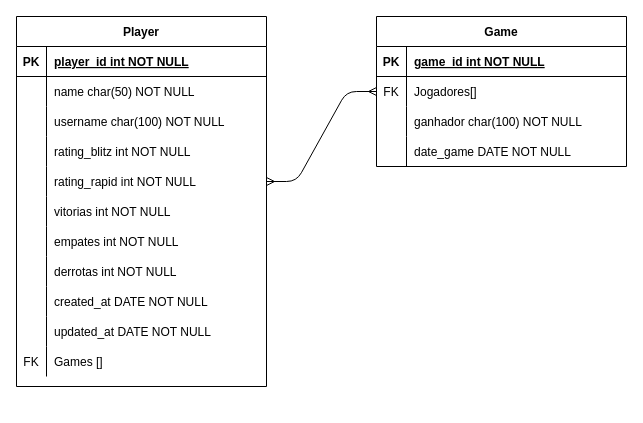
Earlier version of the draw.io diagram streetchessrecife.drawio (adrielldev/streetchessrecife-nest-ts). Source tidied: cells renumbered, new cells numbered last; positions are measured from the earlier drawing's top-left corner, leaving out a move shared by most shapes. Both pictures are drawn from the tidied source at 100%, with x=0, y=0 at pixel (16, 16).
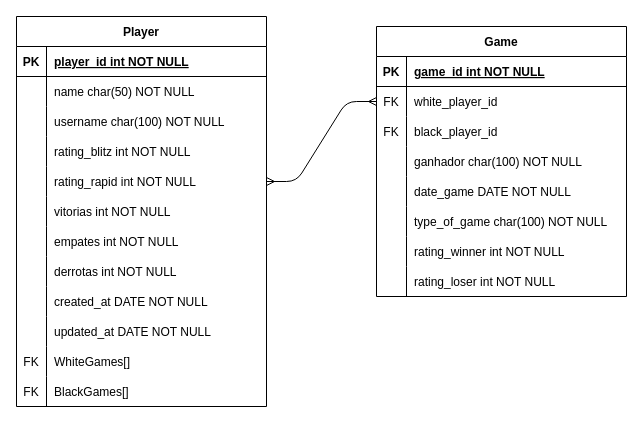
After the change.

Commit message (it also covers changes not shown here):
fix-dre-and-schemas

The change refers to these unchanged cells:
```xml
<mxCell id="33" style="shape=partialRectangle;fillColor=none;top=0;left=0;right=0;bottom=0;" parent="2" vertex="1">
  <mxGeometry y="330" width="250" height="30" as="geometry" />
</mxCell>
<mxCell id="40" style="shape=partialRectangle;fillColor=none;points=[[0,0.5],[1,0.5]];portConstraint=eastwest;top=0;left=0;right=0;bottom=0;" parent="36" vertex="1">
  <mxGeometry y="60" width="250" height="30" as="geometry" />
</mxCell>
```

Diff of the diagram source:
```diff
@@
     <mxCell id="2" value="Player" style="shape=table;startSize=30;childLayout=tableLayout;rowLines=0;fontStyle=1;align=center;" parent="1" vertex="1">
-      <mxGeometry width="250" height="370" as="geometry" />
+      <mxGeometry width="250" height="390" as="geometry" />
     </mxCell>
@@
-    <mxCell id="35" value="Games []" style="shape=partialRectangle;overflow=hidden;fillColor=none;top=0;left=0;bottom=0;right=0;align=left;spacingLeft=6;" parent="33" vertex="1">
+    <mxCell id="35" value="WhiteGames[]" style="shape=partialRectangle;overflow=hidden;fillColor=none;top=0;left=0;bottom=0;right=0;align=left;spacingLeft=6;" parent="33" vertex="1">
       <mxGeometry x="30" width="220" height="30" as="geometry" />
     </mxCell>
+    <mxCell id="50" style="shape=partialRectangle;fillColor=none;top=0;left=0;right=0;bottom=0;" parent="2" vertex="1">
+      <mxGeometry y="360" width="250" height="30" as="geometry" />
+    </mxCell>
+    <mxCell id="51" value="FK" style="shape=partialRectangle;overflow=hidden;fillColor=none;top=0;left=0;bottom=0;right=0;" parent="50" vertex="1">
+      <mxGeometry width="30" height="30" as="geometry" />
+    </mxCell>
+    <mxCell id="52" value="BlackGames[]" style="shape=partialRectangle;overflow=hidden;fillColor=none;top=0;left=0;bottom=0;right=0;align=left;spacingLeft=6;" parent="50" vertex="1">
+      <mxGeometry x="30" width="220" height="30" as="geometry" />
+    </mxCell>
     <mxCell id="36" value="Game" style="shape=table;startSize=30;childLayout=tableLayout;rowLines=0;fontStyle=1;align=center;" parent="1" vertex="1">
-      <mxGeometry x="360" width="250" height="150" as="geometry" />
+      <mxGeometry x="360" y="10" width="250" height="270" as="geometry" />
     </mxCell>
@@
-    <mxCell id="42" value="Jogadores[]" style="shape=partialRectangle;overflow=hidden;fillColor=none;top=0;left=0;bottom=0;right=0;align=left;spacingLeft=6;" parent="40" vertex="1">
+    <mxCell id="42" value="white_player_id" style="shape=partialRectangle;overflow=hidden;fillColor=none;top=0;left=0;bottom=0;right=0;align=left;spacingLeft=6;" parent="40" vertex="1">
       <mxGeometry x="30" width="220" height="30" as="geometry" />
     </mxCell>
+    <mxCell id="53" style="shape=partialRectangle;fillColor=none;top=0;left=0;right=0;bottom=0;" parent="36" vertex="1">
+      <mxGeometry y="90" width="250" height="30" as="geometry" />
+    </mxCell>
+    <mxCell id="54" value="FK" style="shape=partialRectangle;overflow=hidden;fillColor=none;top=0;left=0;bottom=0;right=0;" parent="53" vertex="1">
+      <mxGeometry width="30" height="30" as="geometry" />
+    </mxCell>
+    <mxCell id="55" value="black_player_id" style="shape=partialRectangle;overflow=hidden;fillColor=none;top=0;left=0;bottom=0;right=0;align=left;spacingLeft=6;" parent="53" vertex="1">
+      <mxGeometry x="30" width="220" height="30" as="geometry" />
+    </mxCell>
     <mxCell id="43" style="shape=partialRectangle;fillColor=none;top=0;left=0;right=0;bottom=0;" parent="36" vertex="1">
-      <mxGeometry y="90" width="250" height="30" as="geometry" />
+      <mxGeometry y="120" width="250" height="30" as="geometry" />
     </mxCell>
@@
     <mxCell id="46" style="shape=partialRectangle;fillColor=none;top=0;left=0;right=0;bottom=0;" parent="36" vertex="1">
-      <mxGeometry y="120" width="250" height="30" as="geometry" />
+      <mxGeometry y="150" width="250" height="30" as="geometry" />
     </mxCell>
@@
+    <mxCell id="56" style="shape=partialRectangle;fillColor=none;top=0;left=0;right=0;bottom=0;" parent="36" vertex="1">
+      <mxGeometry y="180" width="250" height="30" as="geometry" />
+    </mxCell>
+    <mxCell id="57" style="shape=partialRectangle;overflow=hidden;fillColor=none;top=0;left=0;bottom=0;right=0;" parent="56" vertex="1">
+      <mxGeometry width="30" height="30" as="geometry" />
+    </mxCell>
+    <mxCell id="58" value="type_of_game char(100) NOT NULL" style="shape=partialRectangle;overflow=hidden;fillColor=none;top=0;left=0;bottom=0;right=0;align=left;spacingLeft=6;" parent="56" vertex="1">
+      <mxGeometry x="30" width="220" height="30" as="geometry" />
+    </mxCell>
+    <mxCell id="59" style="shape=partialRectangle;fillColor=none;top=0;left=0;right=0;bottom=0;" parent="36" vertex="1">
+      <mxGeometry y="210" width="250" height="30" as="geometry" />
+    </mxCell>
+    <mxCell id="60" style="shape=partialRectangle;overflow=hidden;fillColor=none;top=0;left=0;bottom=0;right=0;" parent="59" vertex="1">
+      <mxGeometry width="30" height="30" as="geometry" />
+    </mxCell>
+    <mxCell id="61" value="rating_winner int NOT NULL" style="shape=partialRectangle;overflow=hidden;fillColor=none;top=0;left=0;bottom=0;right=0;align=left;spacingLeft=6;" parent="59" vertex="1">
+      <mxGeometry x="30" width="220" height="30" as="geometry" />
+    </mxCell>
+    <mxCell id="62" style="shape=partialRectangle;fillColor=none;top=0;left=0;right=0;bottom=0;" parent="36" vertex="1">
+      <mxGeometry y="240" width="250" height="30" as="geometry" />
+    </mxCell>
+    <mxCell id="63" style="shape=partialRectangle;overflow=hidden;fillColor=none;top=0;left=0;bottom=0;right=0;" parent="62" vertex="1">
+      <mxGeometry width="30" height="30" as="geometry" />
+    </mxCell>
+    <mxCell id="64" value="rating_loser int NOT NULL" style="shape=partialRectangle;overflow=hidden;fillColor=none;top=0;left=0;bottom=0;right=0;align=left;spacingLeft=6;" parent="62" vertex="1">
+      <mxGeometry x="30" width="220" height="30" as="geometry" />
+    </mxCell>
```
